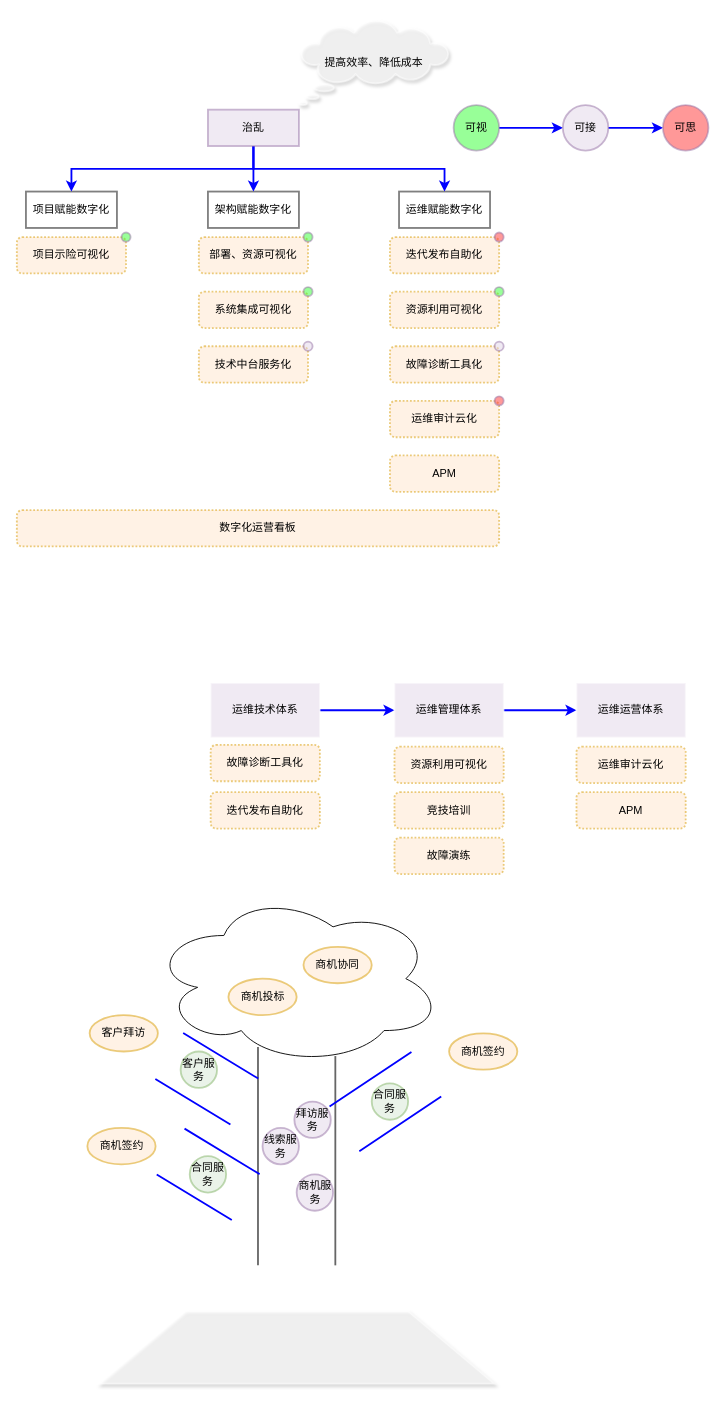
chinadragonsjz/project keeps this draw.io diagram as page "第 28 页" (26 of 26) of MQ服务.drawio. Above is the earlier version. Source tidied: cells renumbered, new cells numbered last; positions are measured from the earlier drawing's top-left corner, leaving out a move shared by most shapes. Both pictures are drawn from the tidied source at 91%, with x=0, y=0 at pixel (16, 20).
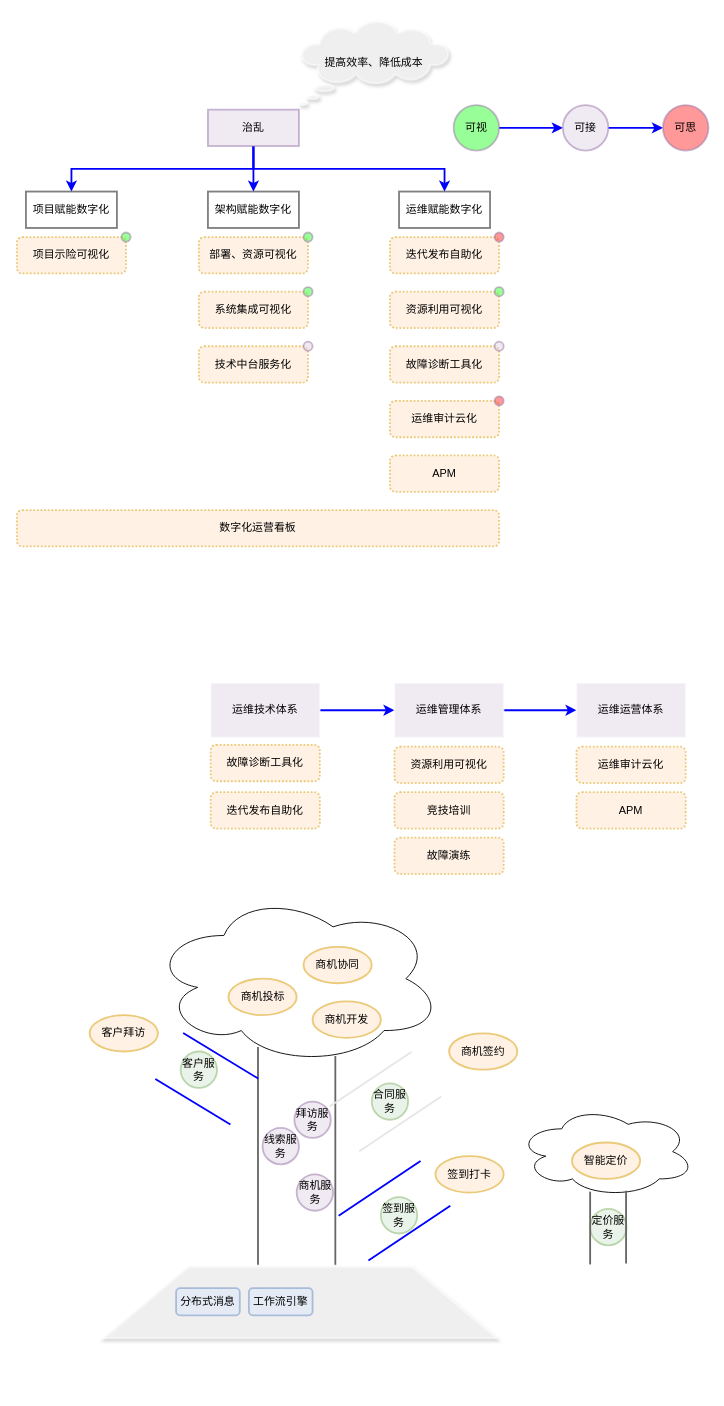
Above is the later version.

Diff of the diagram source:
```diff
@@
+    <mxCell id="63" style="ellipse;shape=cloud;whiteSpace=wrap;html=1;" parent="1" vertex="1">
+      <mxGeometry x="550" y="1193" width="195" height="100" as="geometry" />
+    </mxCell>
@@
     <mxCell id="48" style="shape=trapezoid;perimeter=trapezoidPerimeter;whiteSpace=wrap;html=1;shadow=1;strokeColor=#FFFFFF;strokeWidth=2;fillColor=#FFFFFF;gradientColor=none;opacity=50;size=0.21866666666666668;direction=east;" parent="1" vertex="1">
-      <mxGeometry x="90" y="1418" width="435" height="80" as="geometry" />
+      <mxGeometry x="92.5" y="1368" width="435" height="80" as="geometry" />
     </mxCell>
@@
-    <mxCell id="55" style="shape=link;html=1;strokeColor=#0000FF;strokeWidth=2;width=58;" parent="1" edge="1">
+    <mxCell id="55" style="shape=link;html=1;strokeColor=#E6E6E6;strokeWidth=2;width=58;" parent="1" edge="1">
       <mxGeometry relative="1" as="geometry">
         <mxPoint x="360" y="1218" as="sourcePoint" />
         <mxPoint x="450" y="1158" as="targetPoint" />
       </mxGeometry>
     </mxCell>
@@
-    <mxCell id="60" value="商机签约" style="ellipse;whiteSpace=wrap;html=1;shadow=0;strokeColor=#d79b00;strokeWidth=2;fillColor=#ffe6cc;opacity=50;" parent="1" vertex="1">
-      <mxGeometry x="77.5" y="1217" width="75" height="40" as="geometry" />
+    <mxCell id="60" value="智能定价" style="ellipse;whiteSpace=wrap;html=1;shadow=0;strokeColor=#d79b00;strokeWidth=2;fillColor=#ffe6cc;opacity=50;" parent="1" vertex="1">
+      <mxGeometry x="610" y="1233" width="75" height="40" as="geometry" />
     </mxCell>
-    <mxCell id="61" style="shape=link;html=1;strokeColor=#0000FF;strokeWidth=2;width=58;" parent="1" edge="1">
-      <mxGeometry relative="1" as="geometry">
-        <mxPoint x="251.5" y="1293" as="sourcePoint" />
-        <mxPoint x="169" y="1243" as="targetPoint" />
-      </mxGeometry>
-    </mxCell>
-    <mxCell id="62" value="合同服务" style="ellipse;whiteSpace=wrap;html=1;shadow=0;strokeColor=#82b366;strokeWidth=2;fillColor=#d5e8d4;opacity=50;" parent="1" vertex="1">
-      <mxGeometry x="190" y="1248" width="40" height="40" as="geometry" />
+    <mxCell id="62" value="定价服务" style="ellipse;whiteSpace=wrap;html=1;shadow=0;strokeColor=#82b366;strokeWidth=2;fillColor=#d5e8d4;opacity=50;" parent="1" vertex="1">
+      <mxGeometry x="630" y="1306" width="40" height="40" as="geometry" />
     </mxCell>
+    <mxCell id="64" style="shape=link;html=1;strokeColor=#0000FF;strokeWidth=2;width=58;" parent="1" edge="1">
+      <mxGeometry relative="1" as="geometry">
+        <mxPoint x="370" y="1338" as="sourcePoint" />
+        <mxPoint x="460" y="1278" as="targetPoint" />
+      </mxGeometry>
+    </mxCell>
+    <mxCell id="65" value="签到打卡" style="ellipse;whiteSpace=wrap;html=1;shadow=0;strokeColor=#d79b00;strokeWidth=2;fillColor=#ffe6cc;opacity=50;" parent="1" vertex="1">
+      <mxGeometry x="460" y="1248" width="75" height="40" as="geometry" />
+    </mxCell>
+    <mxCell id="66" value="签到服务" style="ellipse;whiteSpace=wrap;html=1;shadow=0;strokeColor=#82b366;strokeWidth=2;fillColor=#d5e8d4;opacity=50;" parent="1" vertex="1">
+      <mxGeometry x="400" y="1293" width="40" height="40" as="geometry" />
+    </mxCell>
+    <mxCell id="67" value="商机开发" style="ellipse;whiteSpace=wrap;html=1;shadow=0;strokeColor=#d79b00;strokeWidth=2;fillColor=#ffe6cc;opacity=50;" parent="1" vertex="1">
+      <mxGeometry x="325" y="1078" width="75" height="40" as="geometry" />
+    </mxCell>
+    <mxCell id="68" value="分布式消息" style="rounded=1;whiteSpace=wrap;html=1;shadow=0;strokeColor=#6c8ebf;strokeWidth=2;fillColor=#dae8fc;opacity=50;" parent="1" vertex="1">
+      <mxGeometry x="175" y="1393" width="70" height="30" as="geometry" />
+    </mxCell>
+    <mxCell id="69" value="工作流引擎" style="rounded=1;whiteSpace=wrap;html=1;shadow=0;strokeColor=#6c8ebf;strokeWidth=2;fillColor=#dae8fc;opacity=50;" parent="1" vertex="1">
+      <mxGeometry x="255" y="1393" width="70" height="30" as="geometry" />
+    </mxCell>
+    <mxCell id="70" style="endArrow=none;html=1;strokeColor=#666666;strokeWidth=2;fillColor=#f5f5f5;" parent="1" edge="1">
+      <mxGeometry relative="1" as="geometry">
+        <mxPoint x="630" y="1367" as="sourcePoint" />
+        <mxPoint x="630" y="1287" as="targetPoint" />
+      </mxGeometry>
+    </mxCell>
+    <mxCell id="71" style="endArrow=none;html=1;strokeColor=#666666;strokeWidth=2;fillColor=#f5f5f5;" parent="1" edge="1">
+      <mxGeometry relative="1" as="geometry">
+        <mxPoint x="669.5" y="1366" as="sourcePoint" />
+        <mxPoint x="669.5" y="1286" as="targetPoint" />
+      </mxGeometry>
+    </mxCell>
```
